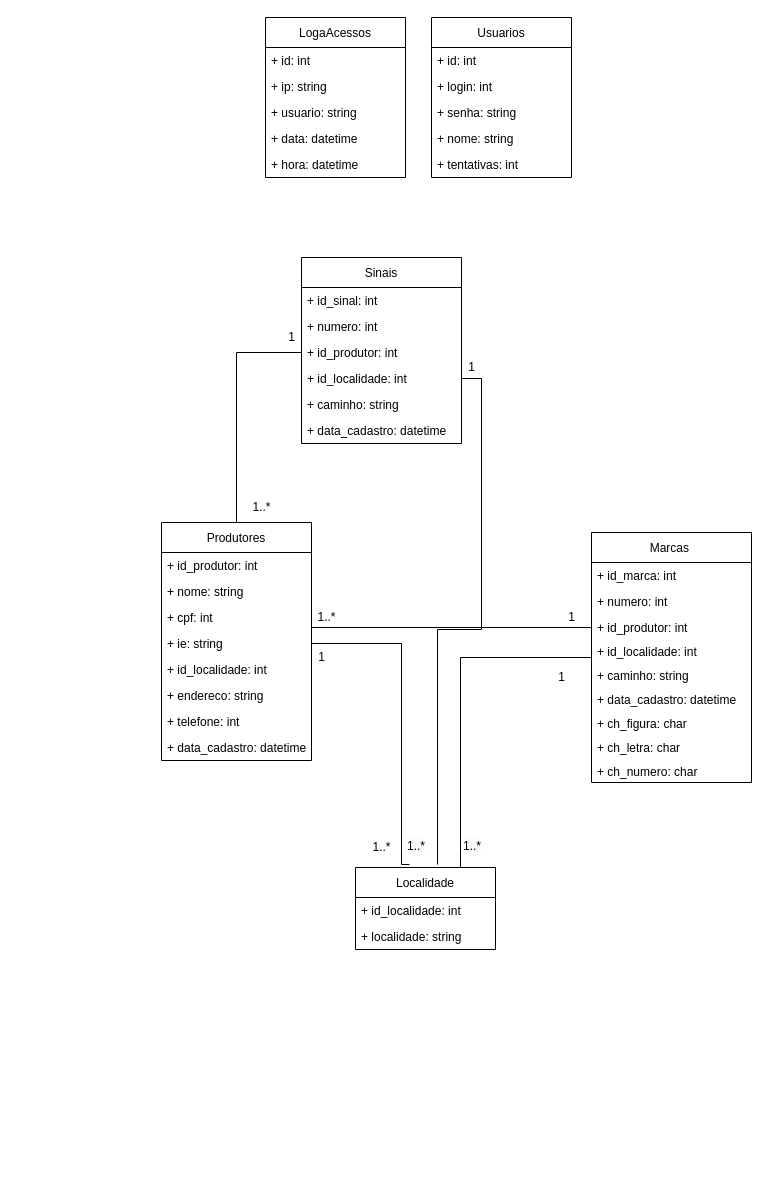
RogerioTostes/TCC keeps this draw.io diagram as ProjetoLegado-Controle de Marcas e Sinais/marcas-sinais-uml.drawio. Above is the earlier version. Source tidied: cells renumbered, new cells numbered last; positions are measured from the earlier drawing's top-left corner, leaving out a move shared by most shapes. Both pictures are drawn from the tidied source at 100%, with x=0, y=0 at pixel (161, 17).
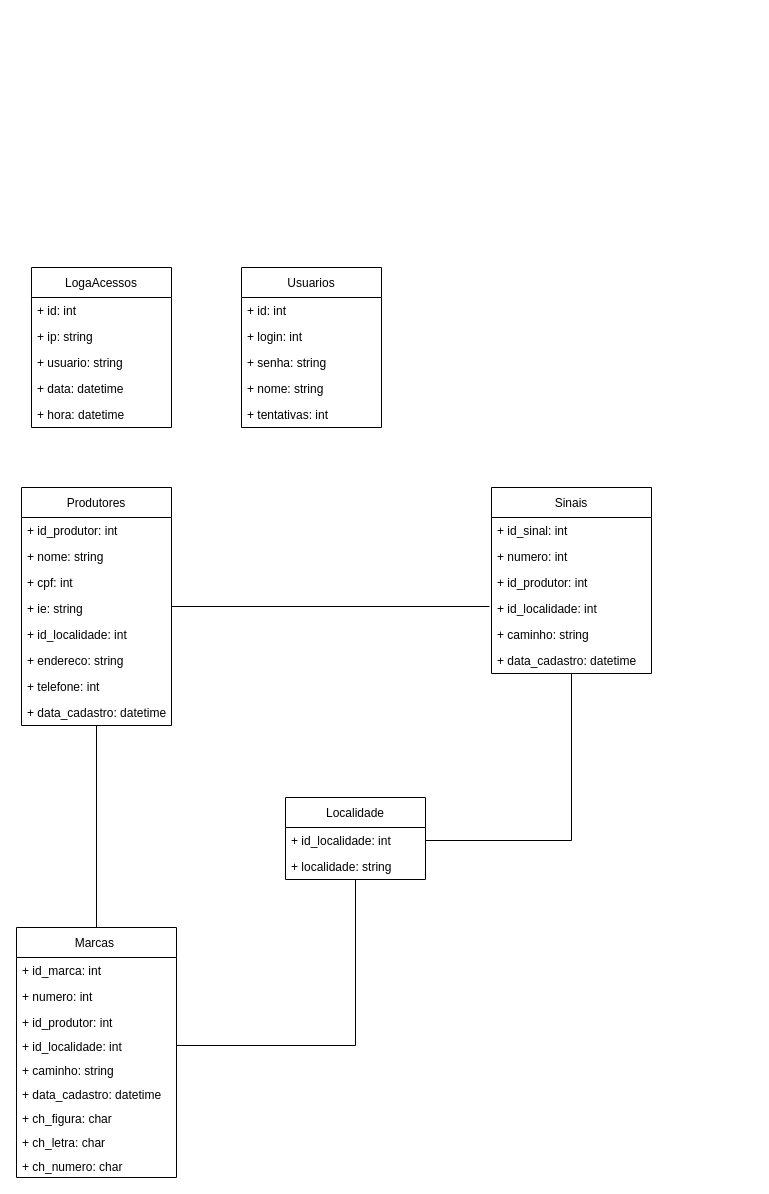
The same diagram, later.

The change refers to these unchanged cells:
```xml
<mxCell id="5" value="+ id_produtor: int" style="text;strokeColor=none;fillColor=none;align=left;verticalAlign=top;spacingLeft=4;spacingRight=4;overflow=hidden;points=[[0,0.5],[1,0.5]];portConstraint=eastwest;" parent="2" vertex="1">
  <mxGeometry y="82" width="160" height="26" as="geometry" />
</mxCell>
<mxCell id="6" value="+ id_localidade: int" style="text;strokeColor=none;fillColor=none;align=left;verticalAlign=top;spacingLeft=4;spacingRight=4;overflow=hidden;points=[[0,0.5],[1,0.5]];portConstraint=eastwest;" parent="2" vertex="1">
  <mxGeometry y="108" width="160" height="26" as="geometry" />
</mxCell>
<mxCell id="23" value="+ nome: string" style="text;strokeColor=none;fillColor=none;align=left;verticalAlign=top;spacingLeft=4;spacingRight=4;overflow=hidden;points=[[0,0.5],[1,0.5]];portConstraint=eastwest;" parent="21" vertex="1">
  <mxGeometry y="56" width="150" height="26" as="geometry" />
</mxCell>
<mxCell id="25" value="+ ie: string" style="text;strokeColor=none;fillColor=none;align=left;verticalAlign=top;spacingLeft=4;spacingRight=4;overflow=hidden;points=[[0,0.5],[1,0.5]];portConstraint=eastwest;" parent="21" vertex="1">
  <mxGeometry y="108" width="150" height="26" as="geometry" />
</mxCell>
<mxCell id="37" value="+ id_localidade: int" style="text;strokeColor=none;fillColor=none;align=left;verticalAlign=top;spacingLeft=4;spacingRight=4;overflow=hidden;points=[[0,0.5],[1,0.5]];portConstraint=eastwest;" parent="36" vertex="1">
  <mxGeometry y="30" width="140" height="26" as="geometry" />
</mxCell>
<mxCell id="38" value="+ localidade: string" style="text;strokeColor=none;fillColor=none;align=left;verticalAlign=top;spacingLeft=4;spacingRight=4;overflow=hidden;points=[[0,0.5],[1,0.5]];portConstraint=eastwest;" parent="36" vertex="1">
  <mxGeometry y="56" width="140" height="26" as="geometry" />
</mxCell>
```

The edit, as a diff of the source:
```diff
@@
+    <mxCell id="58" style="edgeStyle=orthogonalEdgeStyle;rounded=0;jettySize=auto;html=1;entryX=1;entryY=0.5;entryDx=0;entryDy=0;endArrow=none;endFill=0;" parent="1" edge="1" source="2" target="37">
+      <mxGeometry relative="1" as="geometry" />
+    </mxCell>
     <mxCell id="2" value="Sinais" style="swimlane;fontStyle=0;horizontal=1;startSize=30;fillColor=none;" parent="1" vertex="1">
-      <mxGeometry x="140" y="240" width="160" height="186" as="geometry" />
+      <mxGeometry x="330" y="470" width="160" height="186" as="geometry" />
     </mxCell>
@@
-    <mxCell id="9" style="edgeStyle=orthogonalEdgeStyle;rounded=0;jettySize=auto;html=1;entryX=0.75;entryY=0;entryDx=0;entryDy=0;endArrow=none;endFill=0;" parent="1" edge="1" source="11" target="36">
-      <mxGeometry relative="1" as="geometry" />
-    </mxCell>
-    <mxCell id="10" style="edgeStyle=orthogonalEdgeStyle;rounded=0;jettySize=auto;html=1;entryX=1;entryY=0.5;entryDx=0;entryDy=0;endArrow=none;endFill=0;" parent="1" edge="1" source="11" target="23">
-      <mxGeometry relative="1" as="geometry">
-        <Array as="points">
-          <mxPoint x="150" y="610" />
-        </Array>
-      </mxGeometry>
-    </mxCell>
-    <mxCell id="11" value="Marcas " style="swimlane;fontStyle=0;horizontal=1;startSize=30;fillColor=none;" parent="1" vertex="1">
-      <mxGeometry x="430" y="515" width="160" height="250" as="geometry" />
-    </mxCell>
-    <mxCell id="12" value="+ id_marca: int" style="text;strokeColor=none;fillColor=none;align=left;verticalAlign=top;spacingLeft=4;spacingRight=4;overflow=hidden;" parent="11" vertex="1">
-      <mxGeometry y="30" width="160" height="26" as="geometry" />
-    </mxCell>
-    <mxCell id="13" value="+ numero: int" style="text;strokeColor=none;fillColor=none;align=left;verticalAlign=top;spacingLeft=4;spacingRight=4;overflow=hidden;" parent="11" vertex="1">
-      <mxGeometry y="56" width="160" height="26" as="geometry" />
-    </mxCell>
-    <mxCell id="14" value="+ id_produtor: int&#10;" style="text;strokeColor=none;fillColor=none;align=left;verticalAlign=top;spacingLeft=4;spacingRight=4;overflow=hidden;" parent="11" vertex="1">
-      <mxGeometry y="82" width="160" height="24" as="geometry" />
-    </mxCell>
-    <mxCell id="15" value="+ id_localidade: int&#10;" style="text;strokeColor=none;fillColor=none;align=left;verticalAlign=top;spacingLeft=4;spacingRight=4;overflow=hidden;points=[[0,0.5],[1,0.5]];portConstraint=eastwest;" parent="11" vertex="1">
-      <mxGeometry y="106" width="160" height="24" as="geometry" />
-    </mxCell>
-    <mxCell id="16" value="+ caminho: string&#10;" style="text;strokeColor=none;fillColor=none;align=left;verticalAlign=top;spacingLeft=4;spacingRight=4;overflow=hidden;" parent="11" vertex="1">
-      <mxGeometry y="130" width="160" height="24" as="geometry" />
-    </mxCell>
-    <mxCell id="17" value="+ data_cadastro: datetime&#10;" style="text;strokeColor=none;fillColor=none;align=left;verticalAlign=top;spacingLeft=4;spacingRight=4;overflow=hidden;" parent="11" vertex="1">
-      <mxGeometry y="154" width="160" height="24" as="geometry" />
-    </mxCell>
-    <mxCell id="18" value="+ ch_figura: char&#10;" style="text;strokeColor=none;fillColor=none;align=left;verticalAlign=top;spacingLeft=4;spacingRight=4;overflow=hidden;" parent="11" vertex="1">
-      <mxGeometry y="178" width="160" height="24" as="geometry" />
-    </mxCell>
-    <mxCell id="19" value="+ ch_letra: char&#10;" style="text;strokeColor=none;fillColor=none;align=left;verticalAlign=top;spacingLeft=4;spacingRight=4;overflow=hidden;" parent="11" vertex="1">
-      <mxGeometry y="202" width="160" height="24" as="geometry" />
-    </mxCell>
-    <mxCell id="20" value="+ ch_numero: char&#10;" style="text;strokeColor=none;fillColor=none;align=left;verticalAlign=top;spacingLeft=4;spacingRight=4;overflow=hidden;" parent="11" vertex="1">
-      <mxGeometry y="226" width="160" height="24" as="geometry" />
-    </mxCell>
+    <mxCell id="59" style="edgeStyle=orthogonalEdgeStyle;rounded=0;jettySize=auto;html=1;endArrow=none;endFill=0;" parent="1" edge="1" source="21" target="11">
+      <mxGeometry relative="1" as="geometry" />
+    </mxCell>
+    <mxCell id="60" style="edgeStyle=orthogonalEdgeStyle;rounded=0;jettySize=auto;html=1;endArrow=none;endFill=0;" parent="1" edge="1" source="21">
+      <mxGeometry relative="1" as="geometry">
+        <mxPoint x="328" y="589" as="targetPoint" />
+        <Array as="points">
+          <mxPoint x="328" y="589" />
+        </Array>
+      </mxGeometry>
+    </mxCell>
     <mxCell id="21" value="Produtores" style="swimlane;fontStyle=0;horizontal=1;startSize=30;fillColor=none;" parent="1" vertex="1">
-      <mxGeometry y="505" width="150" height="238" as="geometry" />
+      <mxGeometry x="-140" y="470" width="150" height="238" as="geometry" />
     </mxCell>
@@
     <mxCell id="30" value="Usuarios" style="swimlane;fontStyle=0;horizontal=1;startSize=30;fillColor=none;" parent="1" vertex="1">
-      <mxGeometry x="270" width="140" height="160" as="geometry" />
+      <mxGeometry x="80" y="250" width="140" height="160" as="geometry" />
     </mxCell>
@@
     <mxCell id="36" value="Localidade" style="swimlane;fontStyle=0;horizontal=1;startSize=30;fillColor=none;" parent="1" vertex="1">
-      <mxGeometry x="194" y="850" width="140" height="82" as="geometry" />
+      <mxGeometry x="124" y="780" width="140" height="82" as="geometry" />
     </mxCell>
@@
-    <mxCell id="39" style="edgeStyle=orthogonalEdgeStyle;rounded=0;jettySize=auto;html=1;entryX=0.386;entryY=-0.037;entryDx=0;entryDy=0;entryPerimeter=0;endArrow=none;endFill=0;" parent="1" edge="1" source="25" target="36">
-      <mxGeometry relative="1" as="geometry">
-        <Array as="points">
-          <mxPoint x="240" y="626" />
-          <mxPoint x="240" y="847" />
-        </Array>
-      </mxGeometry>
-    </mxCell>
-    <mxCell id="40" value="1" style="text;html=1;align=center;verticalAlign=middle;strokeColor=none;fillColor=none;" parent="1" vertex="1">
-      <mxGeometry x="150" y="630" width="20" height="20" as="geometry" />
-    </mxCell>
-    <mxCell id="41" value="1..*" style="text;html=1;align=center;verticalAlign=middle;strokeColor=none;fillColor=none;" parent="1" vertex="1">
-      <mxGeometry x="205" y="820" width="30" height="20" as="geometry" />
-    </mxCell>
-    <mxCell id="42" value="1" style="text;html=1;align=center;verticalAlign=middle;strokeColor=none;fillColor=none;" parent="1" vertex="1">
-      <mxGeometry x="390" y="650" width="20" height="20" as="geometry" />
-    </mxCell>
-    <mxCell id="43" value="&lt;span style=&quot;color: rgb(0, 0, 0); font-family: helvetica; font-size: 12px; font-style: normal; font-weight: 400; letter-spacing: normal; text-align: center; text-indent: 0px; text-transform: none; word-spacing: 0px; background-color: rgb(248, 249, 250); display: inline; float: none;&quot;&gt;1..*&lt;/span&gt;" style="text;whiteSpace=wrap;html=1;" parent="1" vertex="1">
-      <mxGeometry x="300" y="815" width="40" height="30" as="geometry" />
-    </mxCell>
-    <mxCell id="44" value="1" style="text;html=1;align=center;verticalAlign=middle;strokeColor=none;fillColor=none;" parent="1" vertex="1">
-      <mxGeometry x="400" y="590" width="20" height="20" as="geometry" />
-    </mxCell>
-    <mxCell id="45" value="1..*" style="text;html=1;align=center;verticalAlign=middle;strokeColor=none;fillColor=none;" parent="1" vertex="1">
-      <mxGeometry x="150" y="590" width="30" height="20" as="geometry" />
-    </mxCell>
-    <mxCell id="46" style="edgeStyle=orthogonalEdgeStyle;rounded=0;jettySize=auto;html=1;entryX=0.586;entryY=-0.037;entryDx=0;entryDy=0;entryPerimeter=0;endArrow=none;endFill=0;" parent="1" edge="1" source="6" target="36">
-      <mxGeometry relative="1" as="geometry" />
-    </mxCell>
-    <mxCell id="47" value="&lt;span style=&quot;color: rgb(0, 0, 0); font-family: helvetica; font-size: 12px; font-style: normal; font-weight: 400; letter-spacing: normal; text-align: center; text-indent: 0px; text-transform: none; word-spacing: 0px; background-color: rgb(248, 249, 250); display: inline; float: none;&quot;&gt;1..*&lt;/span&gt;" style="text;whiteSpace=wrap;html=1;" parent="1" vertex="1">
-      <mxGeometry x="244" y="815" width="40" height="30" as="geometry" />
-    </mxCell>
-    <mxCell id="48" style="edgeStyle=orthogonalEdgeStyle;rounded=0;jettySize=auto;html=1;entryX=0.5;entryY=0;entryDx=0;entryDy=0;endArrow=none;endFill=0;" parent="1" edge="1" source="5" target="21">
-      <mxGeometry relative="1" as="geometry" />
-    </mxCell>
-    <mxCell id="49" value="1" style="text;html=1;align=center;verticalAlign=middle;strokeColor=none;fillColor=none;" parent="1" vertex="1">
-      <mxGeometry x="300" y="340" width="20" height="20" as="geometry" />
-    </mxCell>
-    <mxCell id="50" value="1" style="text;html=1;align=center;verticalAlign=middle;strokeColor=none;fillColor=none;" parent="1" vertex="1">
-      <mxGeometry x="120" y="310" width="20" height="20" as="geometry" />
-    </mxCell>
-    <mxCell id="51" value="1..*" style="text;html=1;align=center;verticalAlign=middle;strokeColor=none;fillColor=none;" parent="1" vertex="1">
-      <mxGeometry x="85" y="480" width="30" height="20" as="geometry" />
-    </mxCell>
     <mxCell id="52" value="LogaAcessos" style="swimlane;fontStyle=0;horizontal=1;startSize=30;fillColor=none;" parent="1" vertex="1">
-      <mxGeometry x="104" width="140" height="160" as="geometry" />
+      <mxGeometry x="-130" y="250" width="140" height="160" as="geometry" />
     </mxCell>
@@
+    <mxCell id="11" value="Marcas " style="swimlane;fontStyle=0;horizontal=1;startSize=30;fillColor=none;" parent="1" vertex="1">
+      <mxGeometry x="-145" y="910" width="160" height="250" as="geometry" />
+    </mxCell>
+    <mxCell id="12" value="+ id_marca: int" style="text;strokeColor=none;fillColor=none;align=left;verticalAlign=top;spacingLeft=4;spacingRight=4;overflow=hidden;" parent="11" vertex="1">
+      <mxGeometry y="30" width="160" height="26" as="geometry" />
+    </mxCell>
+    <mxCell id="13" value="+ numero: int" style="text;strokeColor=none;fillColor=none;align=left;verticalAlign=top;spacingLeft=4;spacingRight=4;overflow=hidden;" parent="11" vertex="1">
+      <mxGeometry y="56" width="160" height="26" as="geometry" />
+    </mxCell>
+    <mxCell id="14" value="+ id_produtor: int&#10;" style="text;strokeColor=none;fillColor=none;align=left;verticalAlign=top;spacingLeft=4;spacingRight=4;overflow=hidden;" parent="11" vertex="1">
+      <mxGeometry y="82" width="160" height="24" as="geometry" />
+    </mxCell>
+    <mxCell id="15" value="+ id_localidade: int&#10;" style="text;strokeColor=none;fillColor=none;align=left;verticalAlign=top;spacingLeft=4;spacingRight=4;overflow=hidden;points=[[0,0.5],[1,0.5]];portConstraint=eastwest;" parent="11" vertex="1">
+      <mxGeometry y="106" width="160" height="24" as="geometry" />
+    </mxCell>
+    <mxCell id="16" value="+ caminho: string&#10;" style="text;strokeColor=none;fillColor=none;align=left;verticalAlign=top;spacingLeft=4;spacingRight=4;overflow=hidden;" parent="11" vertex="1">
+      <mxGeometry y="130" width="160" height="24" as="geometry" />
+    </mxCell>
+    <mxCell id="17" value="+ data_cadastro: datetime&#10;" style="text;strokeColor=none;fillColor=none;align=left;verticalAlign=top;spacingLeft=4;spacingRight=4;overflow=hidden;" parent="11" vertex="1">
+      <mxGeometry y="154" width="160" height="24" as="geometry" />
+    </mxCell>
+    <mxCell id="18" value="+ ch_figura: char&#10;" style="text;strokeColor=none;fillColor=none;align=left;verticalAlign=top;spacingLeft=4;spacingRight=4;overflow=hidden;" parent="11" vertex="1">
+      <mxGeometry y="178" width="160" height="24" as="geometry" />
+    </mxCell>
+    <mxCell id="19" value="+ ch_letra: char&#10;" style="text;strokeColor=none;fillColor=none;align=left;verticalAlign=top;spacingLeft=4;spacingRight=4;overflow=hidden;" parent="11" vertex="1">
+      <mxGeometry y="202" width="160" height="24" as="geometry" />
+    </mxCell>
+    <mxCell id="20" value="+ ch_numero: char&#10;" style="text;strokeColor=none;fillColor=none;align=left;verticalAlign=top;spacingLeft=4;spacingRight=4;overflow=hidden;" parent="11" vertex="1">
+      <mxGeometry y="226" width="160" height="24" as="geometry" />
+    </mxCell>
+    <mxCell id="61" style="edgeStyle=orthogonalEdgeStyle;rounded=0;jettySize=auto;html=1;endArrow=none;endFill=0;" parent="1" edge="1" source="15" target="38">
+      <mxGeometry relative="1" as="geometry">
+        <Array as="points">
+          <mxPoint x="194" y="1028" />
+        </Array>
+      </mxGeometry>
+    </mxCell>
```
